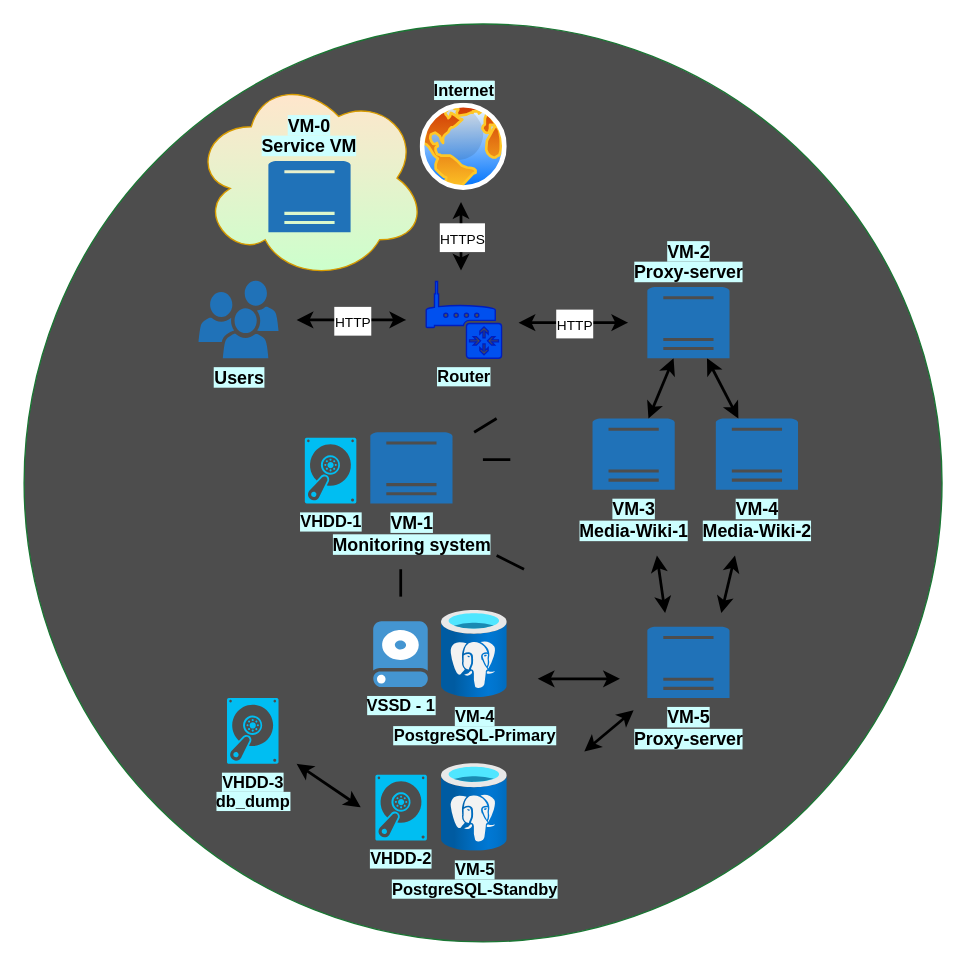
The draw.io diagram project_documentation/mediafiles/3. app_deploy_schema_files_v4/3. app_deploy_schema_v4.drawio in vepsong/MediaWiki-Doc-Management-Service, before the edit. Source tidied: cells renumbered, new cells numbered last; positions are measured from the earlier drawing's top-left corner, leaving out a move shared by most shapes. Both pictures are drawn from the tidied source at 137%, with x=0, y=0 at pixel (23, 23).
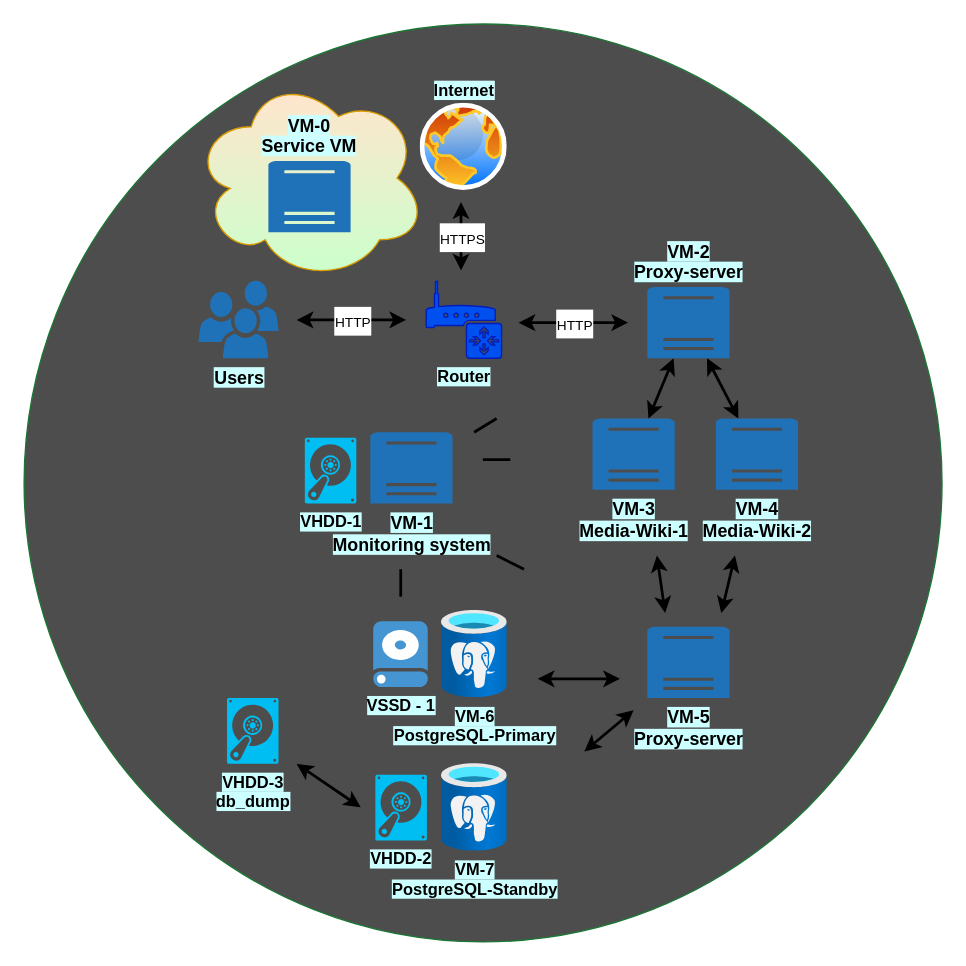
After the change.

Unchanged cells that the change refers to:
```xml
<mxCell id="18" style="group;" parent="1" vertex="1">
  <mxGeometry x="254.9" y="428" width="98" height="64" as="geometry" />
</mxCell>
<mxCell id="22" style="group;" parent="1" vertex="1">
  <mxGeometry x="256.5" y="540" width="96.4" height="64" as="geometry" />
</mxCell>
```

The edit, as a diff of the source:
```diff
@@
-    <mxCell id="19" value="&lt;b style=&quot;background-color: rgb(204, 255, 255);&quot;&gt;VM-4&lt;br&gt;PostgreSQL-Primary&lt;/b&gt;" style="html=1;align=center;image;fontSize=12;image=img/lib/azure2/databases/Azure_Database_PostgreSQL_Server.svg;imageBackground=none;labelBackgroundColor=none;" parent="18" vertex="1">
+    <mxCell id="19" value="&lt;b style=&quot;background-color: rgb(204, 255, 255);&quot;&gt;VM-6&lt;br&gt;PostgreSQL-Primary&lt;/b&gt;" style="html=1;align=center;image;fontSize=12;image=img/lib/azure2/databases/Azure_Database_PostgreSQL_Server.svg;imageBackground=none;labelBackgroundColor=none;" parent="18" vertex="1">
       <mxGeometry x="50" width="48" height="64" as="geometry" />
     </mxCell>
@@
-    <mxCell id="24" value="&lt;b style=&quot;background-color: rgb(204, 255, 255);&quot;&gt;VM-5&lt;br&gt;PostgreSQL-Standby&lt;/b&gt;" style="html=1;align=center;image;fontSize=12;image=img/lib/azure2/databases/Azure_Database_PostgreSQL_Server.svg;imageBackground=none;labelBackgroundColor=none;" parent="22" vertex="1">
+    <mxCell id="24" value="&lt;b style=&quot;background-color: rgb(204, 255, 255);&quot;&gt;VM-7&lt;br&gt;PostgreSQL-Standby&lt;/b&gt;" style="html=1;align=center;image;fontSize=12;image=img/lib/azure2/databases/Azure_Database_PostgreSQL_Server.svg;imageBackground=none;labelBackgroundColor=none;" parent="22" vertex="1">
       <mxGeometry x="48.4" width="48" height="64" as="geometry" />
     </mxCell>
```
